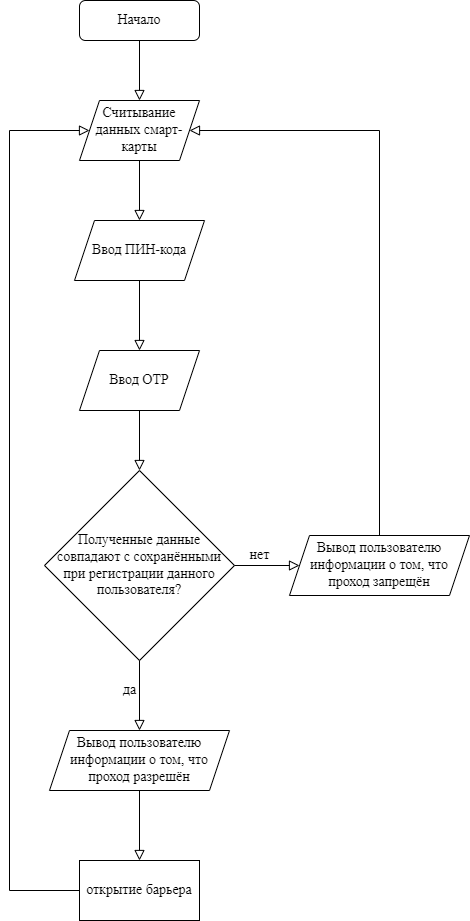
This is общая блок схема аутентификации.png from Bipolar-Bear-13-cards/BiBeLock, a draw.io export, as it was before one commit. Source tidied: cells renumbered, new cells last; positions are measured from the earlier drawing's top-left corner, leaving out a move shared by most shapes. Source of this version:
```xml
<mxGraphModel>
  <root>
    <mxCell id="0" />
    <mxCell id="1" parent="0" />
    <mxCell id="2" style="rounded=0;html=1;jettySize=auto;fontSize=11;endArrow=block;endFill=0;endSize=8;strokeWidth=1;shadow=0;labelBackgroundColor=none;edgeStyle=orthogonalEdgeStyle;entryX=0.5;entryY=0;entryDx=0;entryDy=0;" parent="1" edge="1" source="3">
      <mxGeometry relative="1" as="geometry">
        <mxPoint x="130" y="100" as="targetPoint" />
      </mxGeometry>
    </mxCell>
    <mxCell id="3" value="&lt;font style=&quot;font-size: 14px;&quot; face=&quot;Times New Roman&quot;&gt;Начало&lt;/font&gt;" style="rounded=1;whiteSpace=wrap;html=1;fontSize=12;glass=0;strokeWidth=1;shadow=0;" parent="1" vertex="1">
      <mxGeometry x="70" width="120" height="40" as="geometry" />
    </mxCell>
    <mxCell id="4" style="rounded=0;html=1;jettySize=auto;fontSize=11;endArrow=block;endFill=0;endSize=8;strokeWidth=1;shadow=0;labelBackgroundColor=none;edgeStyle=orthogonalEdgeStyle;entryX=0.5;entryY=0;entryDx=0;entryDy=0;exitX=0.5;exitY=1;exitDx=0;exitDy=0;" parent="1" edge="1" target="6">
      <mxGeometry relative="1" as="geometry">
        <mxPoint x="130" y="160" as="sourcePoint" />
      </mxGeometry>
    </mxCell>
    <mxCell id="5" value="&lt;font style=&quot;font-size: 14px;&quot;&gt;Считывание данных смарт-карты&lt;/font&gt;" style="shape=parallelogram;perimeter=parallelogramPerimeter;whiteSpace=wrap;html=1;fixedSize=1;fontFamily=Times New Roman;fontSize=14;" parent="1" vertex="1">
      <mxGeometry x="70" y="100" width="120" height="60" as="geometry" />
    </mxCell>
    <mxCell id="6" value="&lt;font style=&quot;font-size: 14px;&quot;&gt;Ввод ПИН-кода&lt;/font&gt;" style="shape=parallelogram;perimeter=parallelogramPerimeter;whiteSpace=wrap;html=1;fixedSize=1;fontFamily=Times New Roman;fontSize=14;" parent="1" vertex="1">
      <mxGeometry x="65" y="220" width="130" height="60" as="geometry" />
    </mxCell>
    <mxCell id="7" value="Ввод OTP" style="shape=parallelogram;perimeter=parallelogramPerimeter;whiteSpace=wrap;html=1;fixedSize=1;fontFamily=Times New Roman;fontSize=14;" parent="1" vertex="1">
      <mxGeometry x="70" y="350" width="120" height="60" as="geometry" />
    </mxCell>
    <mxCell id="8" style="rounded=0;html=1;jettySize=auto;fontSize=11;endArrow=block;endFill=0;endSize=8;strokeWidth=1;shadow=0;labelBackgroundColor=none;edgeStyle=orthogonalEdgeStyle;entryX=0.5;entryY=0;entryDx=0;entryDy=0;" parent="1" edge="1" target="7">
      <mxGeometry relative="1" as="geometry">
        <mxPoint x="130" y="280" as="sourcePoint" />
      </mxGeometry>
    </mxCell>
    <mxCell id="9" value="Полученные данные совпадают с сохранёнными при регистрации данного пользователя?" style="rhombus;whiteSpace=wrap;html=1;fontFamily=Times New Roman;fontSize=14;" parent="1" vertex="1">
      <mxGeometry x="35" y="470" width="190" height="190" as="geometry" />
    </mxCell>
    <mxCell id="10" style="rounded=0;html=1;jettySize=auto;fontSize=11;endArrow=block;endFill=0;endSize=8;strokeWidth=1;shadow=0;labelBackgroundColor=none;edgeStyle=orthogonalEdgeStyle;entryX=0.5;entryY=0;entryDx=0;entryDy=0;exitX=0.5;exitY=1;exitDx=0;exitDy=0;" parent="1" edge="1" source="7" target="9">
      <mxGeometry relative="1" as="geometry" />
    </mxCell>
    <mxCell id="11" style="rounded=0;html=1;jettySize=auto;fontSize=11;endArrow=block;endFill=0;endSize=8;strokeWidth=1;shadow=0;labelBackgroundColor=none;edgeStyle=orthogonalEdgeStyle;exitX=0.5;exitY=1;exitDx=0;exitDy=0;entryX=0.5;entryY=0;entryDx=0;entryDy=0;" parent="1" edge="1" source="9">
      <mxGeometry relative="1" as="geometry">
        <mxPoint x="130" y="730" as="targetPoint" />
      </mxGeometry>
    </mxCell>
    <mxCell id="12" value="да" style="text;html=1;align=center;verticalAlign=middle;strokeColor=none;fillColor=none;fontSize=14;fontFamily=Times New Roman;" parent="1" vertex="1">
      <mxGeometry x="100" y="675" width="40" height="30" as="geometry" />
    </mxCell>
    <mxCell id="13" value="Вывод пользователю информации о том, что проход разрешён" style="shape=parallelogram;perimeter=parallelogramPerimeter;whiteSpace=wrap;html=1;fixedSize=1;fontFamily=Times New Roman;fontSize=14;" parent="1" vertex="1">
      <mxGeometry x="40" y="730" width="180" height="60" as="geometry" />
    </mxCell>
    <mxCell id="14" value="открытие барьера" style="rounded=0;whiteSpace=wrap;html=1;fontFamily=Times New Roman;fontSize=14;" parent="1" vertex="1">
      <mxGeometry x="70" y="860" width="120" height="60" as="geometry" />
    </mxCell>
    <mxCell id="15" style="rounded=0;html=1;jettySize=auto;fontSize=11;endArrow=block;endFill=0;endSize=8;strokeWidth=1;shadow=0;labelBackgroundColor=none;edgeStyle=orthogonalEdgeStyle;exitX=0.5;exitY=1;exitDx=0;exitDy=0;entryX=0.5;entryY=0;entryDx=0;entryDy=0;" parent="1" edge="1" source="13" target="14">
      <mxGeometry relative="1" as="geometry" />
    </mxCell>
    <mxCell id="16" style="rounded=0;html=1;jettySize=auto;fontSize=11;endArrow=block;endFill=0;endSize=8;strokeWidth=1;shadow=0;labelBackgroundColor=none;edgeStyle=orthogonalEdgeStyle;exitX=0;exitY=0.5;exitDx=0;exitDy=0;entryX=0;entryY=0.5;entryDx=0;entryDy=0;" parent="1" edge="1" source="14" target="5">
      <mxGeometry relative="1" as="geometry">
        <Array as="points">
          <mxPoint y="890" />
          <mxPoint y="130" />
        </Array>
      </mxGeometry>
    </mxCell>
    <mxCell id="17" style="rounded=0;html=1;jettySize=auto;fontSize=11;endArrow=block;endFill=0;endSize=8;strokeWidth=1;shadow=0;labelBackgroundColor=none;edgeStyle=orthogonalEdgeStyle;exitX=1;exitY=0.5;exitDx=0;exitDy=0;" parent="1" edge="1" source="9">
      <mxGeometry relative="1" as="geometry">
        <mxPoint x="290" y="565" as="targetPoint" />
      </mxGeometry>
    </mxCell>
    <mxCell id="18" value="нет" style="text;html=1;align=center;verticalAlign=middle;strokeColor=none;fillColor=none;fontSize=14;fontFamily=Times New Roman;" parent="1" vertex="1">
      <mxGeometry x="230" y="540" width="40" height="30" as="geometry" />
    </mxCell>
    <mxCell id="19" value="Вывод пользователю информации о том, что проход запрещён" style="shape=parallelogram;perimeter=parallelogramPerimeter;whiteSpace=wrap;html=1;fixedSize=1;fontFamily=Times New Roman;fontSize=14;" parent="1" vertex="1">
      <mxGeometry x="280" y="535" width="180" height="60" as="geometry" />
    </mxCell>
    <mxCell id="20" style="rounded=0;html=1;jettySize=auto;fontSize=11;endArrow=block;endFill=0;endSize=8;strokeWidth=1;shadow=0;labelBackgroundColor=none;edgeStyle=orthogonalEdgeStyle;exitX=0.5;exitY=0;exitDx=0;exitDy=0;entryX=1;entryY=0.5;entryDx=0;entryDy=0;" parent="1" edge="1" source="19" target="5">
      <mxGeometry relative="1" as="geometry">
        <Array as="points">
          <mxPoint x="370" y="130" />
        </Array>
      </mxGeometry>
    </mxCell>
  </root>
</mxGraphModel>
```
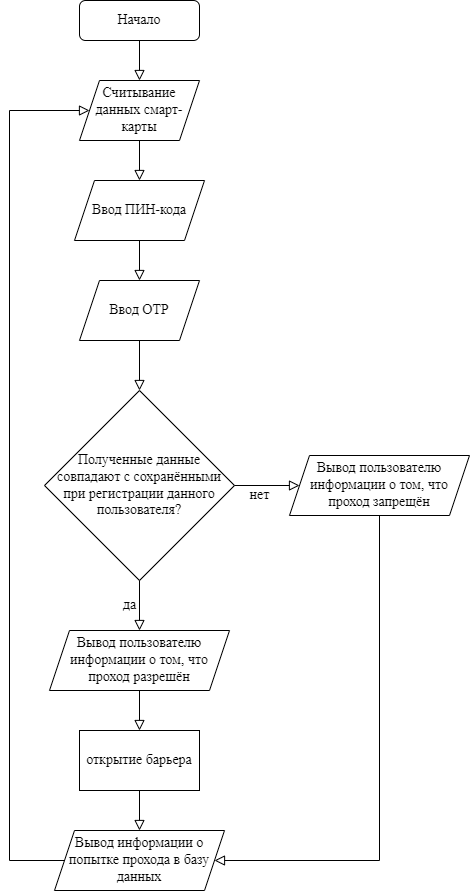
Above is the later version.

Change to the diagram source:
```diff
@@ -2,81 +2,77 @@
   <root>
     <mxCell id="0" />
     <mxCell id="1" parent="0" />
-    <mxCell id="2" style="rounded=0;html=1;jettySize=auto;fontSize=11;endArrow=block;endFill=0;endSize=8;strokeWidth=1;shadow=0;labelBackgroundColor=none;edgeStyle=orthogonalEdgeStyle;entryX=0.5;entryY=0;entryDx=0;entryDy=0;" parent="1" edge="1" source="3">
-      <mxGeometry relative="1" as="geometry">
-        <mxPoint x="130" y="100" as="targetPoint" />
-      </mxGeometry>
+    <mxCell id="2" style="rounded=0;html=1;jettySize=auto;fontSize=11;endArrow=block;endFill=0;endSize=8;strokeWidth=1;shadow=0;labelBackgroundColor=none;edgeStyle=orthogonalEdgeStyle;entryX=0.5;entryY=0;entryDx=0;entryDy=0;" parent="1" edge="1" source="3" target="5">
+      <mxGeometry relative="1" as="geometry" />
     </mxCell>
     <mxCell id="3" value="&lt;font style=&quot;font-size: 14px;&quot; face=&quot;Times New Roman&quot;&gt;Начало&lt;/font&gt;" style="rounded=1;whiteSpace=wrap;html=1;fontSize=12;glass=0;strokeWidth=1;shadow=0;" parent="1" vertex="1">
-      <mxGeometry x="70" width="120" height="40" as="geometry" />
+      <mxGeometry x="70" y="20" width="120" height="40" as="geometry" />
     </mxCell>
-    <mxCell id="4" style="rounded=0;html=1;jettySize=auto;fontSize=11;endArrow=block;endFill=0;endSize=8;strokeWidth=1;shadow=0;labelBackgroundColor=none;edgeStyle=orthogonalEdgeStyle;entryX=0.5;entryY=0;entryDx=0;entryDy=0;exitX=0.5;exitY=1;exitDx=0;exitDy=0;" parent="1" edge="1" target="6">
-      <mxGeometry relative="1" as="geometry">
-        <mxPoint x="130" y="160" as="sourcePoint" />
-      </mxGeometry>
+    <mxCell id="4" style="rounded=0;html=1;jettySize=auto;fontSize=11;endArrow=block;endFill=0;endSize=8;strokeWidth=1;shadow=0;labelBackgroundColor=none;edgeStyle=orthogonalEdgeStyle;entryX=0.5;entryY=0;entryDx=0;entryDy=0;exitX=0.5;exitY=1;exitDx=0;exitDy=0;" parent="1" edge="1" source="5" target="6">
+      <mxGeometry relative="1" as="geometry" />
     </mxCell>
     <mxCell id="5" value="&lt;font style=&quot;font-size: 14px;&quot;&gt;Считывание данных смарт-карты&lt;/font&gt;" style="shape=parallelogram;perimeter=parallelogramPerimeter;whiteSpace=wrap;html=1;fixedSize=1;fontFamily=Times New Roman;fontSize=14;" parent="1" vertex="1">
       <mxGeometry x="70" y="100" width="120" height="60" as="geometry" />
     </mxCell>
     <mxCell id="6" value="&lt;font style=&quot;font-size: 14px;&quot;&gt;Ввод ПИН-кода&lt;/font&gt;" style="shape=parallelogram;perimeter=parallelogramPerimeter;whiteSpace=wrap;html=1;fixedSize=1;fontFamily=Times New Roman;fontSize=14;" parent="1" vertex="1">
-      <mxGeometry x="65" y="220" width="130" height="60" as="geometry" />
+      <mxGeometry x="65" y="200" width="130" height="60" as="geometry" />
     </mxCell>
     <mxCell id="7" value="Ввод OTP" style="shape=parallelogram;perimeter=parallelogramPerimeter;whiteSpace=wrap;html=1;fixedSize=1;fontFamily=Times New Roman;fontSize=14;" parent="1" vertex="1">
-      <mxGeometry x="70" y="350" width="120" height="60" as="geometry" />
+      <mxGeometry x="70" y="300" width="120" height="60" as="geometry" />
     </mxCell>
-    <mxCell id="8" style="rounded=0;html=1;jettySize=auto;fontSize=11;endArrow=block;endFill=0;endSize=8;strokeWidth=1;shadow=0;labelBackgroundColor=none;edgeStyle=orthogonalEdgeStyle;entryX=0.5;entryY=0;entryDx=0;entryDy=0;" parent="1" edge="1" target="7">
-      <mxGeometry relative="1" as="geometry">
-        <mxPoint x="130" y="280" as="sourcePoint" />
-      </mxGeometry>
+    <mxCell id="8" style="rounded=0;html=1;jettySize=auto;fontSize=11;endArrow=block;endFill=0;endSize=8;strokeWidth=1;shadow=0;labelBackgroundColor=none;edgeStyle=orthogonalEdgeStyle;entryX=0.5;entryY=0;entryDx=0;entryDy=0;exitX=0.5;exitY=1;exitDx=0;exitDy=0;" parent="1" edge="1" source="6" target="7">
+      <mxGeometry relative="1" as="geometry" />
     </mxCell>
     <mxCell id="9" value="Полученные данные совпадают с сохранёнными при регистрации данного пользователя?" style="rhombus;whiteSpace=wrap;html=1;fontFamily=Times New Roman;fontSize=14;" parent="1" vertex="1">
-      <mxGeometry x="35" y="470" width="190" height="190" as="geometry" />
+      <mxGeometry x="35" y="410" width="190" height="190" as="geometry" />
     </mxCell>
-    <mxCell id="10" style="rounded=0;html=1;jettySize=auto;fontSize=11;endArrow=block;endFill=0;endSize=8;strokeWidth=1;shadow=0;labelBackgroundColor=none;edgeStyle=orthogonalEdgeStyle;entryX=0.5;entryY=0;entryDx=0;entryDy=0;exitX=0.5;exitY=1;exitDx=0;exitDy=0;" parent="1" edge="1" source="7" target="9">
+    <mxCell id="10" style="rounded=0;html=1;jettySize=auto;fontSize=11;endArrow=block;endFill=0;endSize=8;strokeWidth=1;shadow=0;labelBackgroundColor=none;edgeStyle=orthogonalEdgeStyle;exitX=0.5;exitY=1;exitDx=0;exitDy=0;entryX=0.5;entryY=0;entryDx=0;entryDy=0;" parent="1" edge="1" source="7" target="9">
       <mxGeometry relative="1" as="geometry" />
     </mxCell>
-    <mxCell id="11" style="rounded=0;html=1;jettySize=auto;fontSize=11;endArrow=block;endFill=0;endSize=8;strokeWidth=1;shadow=0;labelBackgroundColor=none;edgeStyle=orthogonalEdgeStyle;exitX=0.5;exitY=1;exitDx=0;exitDy=0;entryX=0.5;entryY=0;entryDx=0;entryDy=0;" parent="1" edge="1" source="9">
-      <mxGeometry relative="1" as="geometry">
-        <mxPoint x="130" y="730" as="targetPoint" />
-      </mxGeometry>
+    <mxCell id="11" style="rounded=0;html=1;jettySize=auto;fontSize=11;endArrow=block;endFill=0;endSize=8;strokeWidth=1;shadow=0;labelBackgroundColor=none;edgeStyle=orthogonalEdgeStyle;exitX=0.5;exitY=1;exitDx=0;exitDy=0;entryX=0.5;entryY=0;entryDx=0;entryDy=0;" parent="1" edge="1" source="9" target="13">
+      <mxGeometry relative="1" as="geometry" />
     </mxCell>
     <mxCell id="12" value="да" style="text;html=1;align=center;verticalAlign=middle;strokeColor=none;fillColor=none;fontSize=14;fontFamily=Times New Roman;" parent="1" vertex="1">
-      <mxGeometry x="100" y="675" width="40" height="30" as="geometry" />
+      <mxGeometry x="100" y="610" width="40" height="30" as="geometry" />
     </mxCell>
     <mxCell id="13" value="Вывод пользователю информации о том, что проход разрешён" style="shape=parallelogram;perimeter=parallelogramPerimeter;whiteSpace=wrap;html=1;fixedSize=1;fontFamily=Times New Roman;fontSize=14;" parent="1" vertex="1">
-      <mxGeometry x="40" y="730" width="180" height="60" as="geometry" />
+      <mxGeometry x="40" y="650" width="180" height="60" as="geometry" />
     </mxCell>
     <mxCell id="14" value="открытие барьера" style="rounded=0;whiteSpace=wrap;html=1;fontFamily=Times New Roman;fontSize=14;" parent="1" vertex="1">
-      <mxGeometry x="70" y="860" width="120" height="60" as="geometry" />
+      <mxGeometry x="70" y="750" width="120" height="60" as="geometry" />
     </mxCell>
     <mxCell id="15" style="rounded=0;html=1;jettySize=auto;fontSize=11;endArrow=block;endFill=0;endSize=8;strokeWidth=1;shadow=0;labelBackgroundColor=none;edgeStyle=orthogonalEdgeStyle;exitX=0.5;exitY=1;exitDx=0;exitDy=0;entryX=0.5;entryY=0;entryDx=0;entryDy=0;" parent="1" edge="1" source="13" target="14">
       <mxGeometry relative="1" as="geometry" />
     </mxCell>
-    <mxCell id="16" style="rounded=0;html=1;jettySize=auto;fontSize=11;endArrow=block;endFill=0;endSize=8;strokeWidth=1;shadow=0;labelBackgroundColor=none;edgeStyle=orthogonalEdgeStyle;exitX=0;exitY=0.5;exitDx=0;exitDy=0;entryX=0;entryY=0.5;entryDx=0;entryDy=0;" parent="1" edge="1" source="14" target="5">
+    <mxCell id="16" style="rounded=0;html=1;jettySize=auto;fontSize=11;endArrow=block;endFill=0;endSize=8;strokeWidth=1;shadow=0;labelBackgroundColor=none;edgeStyle=orthogonalEdgeStyle;exitX=0;exitY=0.5;exitDx=0;exitDy=0;entryX=0;entryY=0.5;entryDx=0;entryDy=0;" parent="1" edge="1" source="21" target="5">
       <mxGeometry relative="1" as="geometry">
         <Array as="points">
-          <mxPoint y="890" />
+          <mxPoint y="880" />
           <mxPoint y="130" />
         </Array>
       </mxGeometry>
     </mxCell>
-    <mxCell id="17" style="rounded=0;html=1;jettySize=auto;fontSize=11;endArrow=block;endFill=0;endSize=8;strokeWidth=1;shadow=0;labelBackgroundColor=none;edgeStyle=orthogonalEdgeStyle;exitX=1;exitY=0.5;exitDx=0;exitDy=0;" parent="1" edge="1" source="9">
-      <mxGeometry relative="1" as="geometry">
-        <mxPoint x="290" y="565" as="targetPoint" />
-      </mxGeometry>
+    <mxCell id="17" style="rounded=0;html=1;jettySize=auto;fontSize=11;endArrow=block;endFill=0;endSize=8;strokeWidth=1;shadow=0;labelBackgroundColor=none;edgeStyle=orthogonalEdgeStyle;exitX=1;exitY=0.5;exitDx=0;exitDy=0;entryX=0;entryY=0.5;entryDx=0;entryDy=0;" parent="1" edge="1" source="9" target="19">
+      <mxGeometry relative="1" as="geometry" />
     </mxCell>
     <mxCell id="18" value="нет" style="text;html=1;align=center;verticalAlign=middle;strokeColor=none;fillColor=none;fontSize=14;fontFamily=Times New Roman;" parent="1" vertex="1">
-      <mxGeometry x="230" y="540" width="40" height="30" as="geometry" />
+      <mxGeometry x="230" y="500" width="40" height="30" as="geometry" />
     </mxCell>
     <mxCell id="19" value="Вывод пользователю информации о том, что проход запрещён" style="shape=parallelogram;perimeter=parallelogramPerimeter;whiteSpace=wrap;html=1;fixedSize=1;fontFamily=Times New Roman;fontSize=14;" parent="1" vertex="1">
-      <mxGeometry x="280" y="535" width="180" height="60" as="geometry" />
+      <mxGeometry x="280" y="475" width="180" height="60" as="geometry" />
     </mxCell>
-    <mxCell id="20" style="rounded=0;html=1;jettySize=auto;fontSize=11;endArrow=block;endFill=0;endSize=8;strokeWidth=1;shadow=0;labelBackgroundColor=none;edgeStyle=orthogonalEdgeStyle;exitX=0.5;exitY=0;exitDx=0;exitDy=0;entryX=1;entryY=0.5;entryDx=0;entryDy=0;" parent="1" edge="1" source="19" target="5">
-      <mxGeometry relative="1" as="geometry">
-        <Array as="points">
-          <mxPoint x="370" y="130" />
-        </Array>
-      </mxGeometry>
-    </mxCell>
+    <mxCell id="21" value="Вывод информации о попытке прохода в базу данных" style="shape=parallelogram;perimeter=parallelogramPerimeter;whiteSpace=wrap;html=1;fixedSize=1;fontFamily=Times New Roman;fontSize=14;" parent="1" vertex="1">
+      <mxGeometry x="45" y="850" width="170" height="60" as="geometry" />
+    </mxCell>
+    <mxCell id="22" style="rounded=0;html=1;jettySize=auto;fontSize=11;endArrow=block;endFill=0;endSize=8;strokeWidth=1;shadow=0;labelBackgroundColor=none;edgeStyle=orthogonalEdgeStyle;exitX=0.5;exitY=1;exitDx=0;exitDy=0;entryX=0.5;entryY=0;entryDx=0;entryDy=0;" parent="1" edge="1" source="14" target="21">
+      <mxGeometry relative="1" as="geometry" />
+    </mxCell>
+    <mxCell id="23" style="rounded=0;html=1;jettySize=auto;fontSize=11;endArrow=block;endFill=0;endSize=8;strokeWidth=1;shadow=0;labelBackgroundColor=none;edgeStyle=orthogonalEdgeStyle;exitX=0.5;exitY=1;exitDx=0;exitDy=0;entryX=1;entryY=0.5;entryDx=0;entryDy=0;" parent="1" edge="1" source="19" target="21">
+      <mxGeometry relative="1" as="geometry">
+        <Array as="points">
+          <mxPoint x="370" y="880" />
+        </Array>
+      </mxGeometry>
+    </mxCell>
   </root>
 </mxGraphModel>
```
